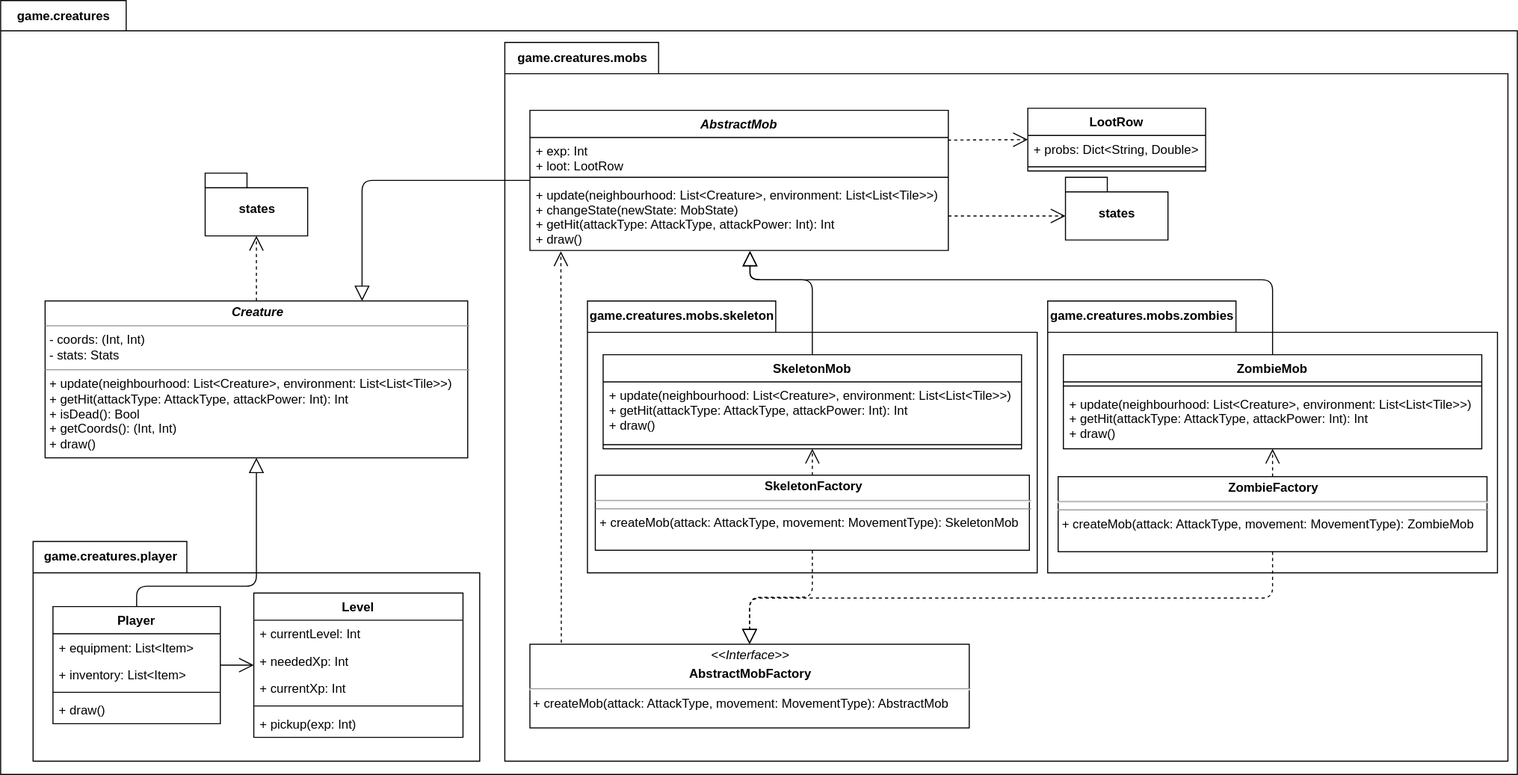
Earlier version of the draw.io export hw2/img/creatures-classes.svg (rprtr258/program-architecture-homeworks). Source tidied: cells renumbered, new cells last; positions are measured from the earlier drawing's top-left corner, leaving out a move shared by most shapes.
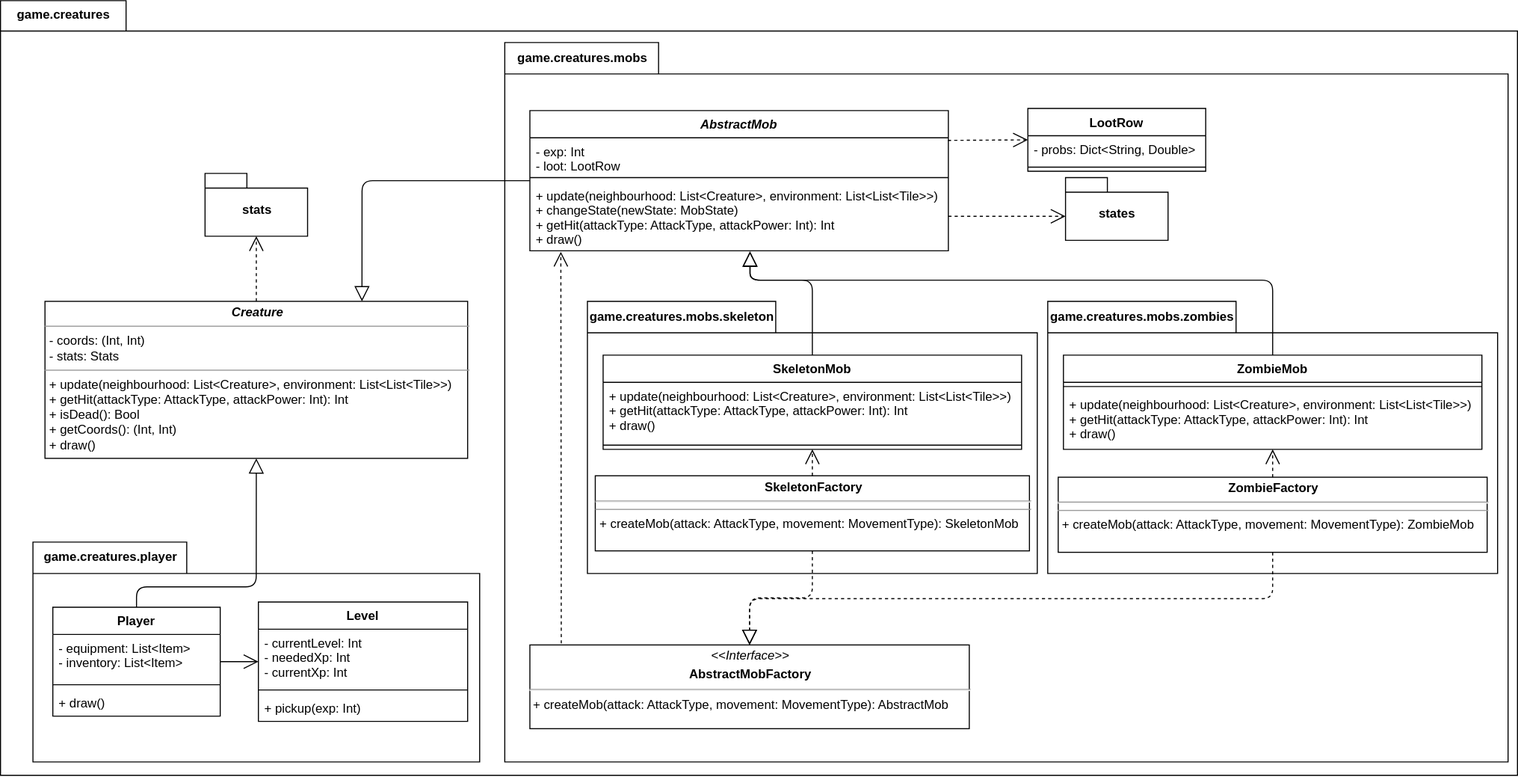
After the commit.

What changed in the source:
```diff
@@ -20,7 +20,7 @@
     <mxCell id="7" value="AbstractMob" style="swimlane;fontStyle=3;align=center;verticalAlign=top;horizontal=1;startSize=26;" parent="1" vertex="1">
       <mxGeometry x="506" y="105" width="400" height="134" as="geometry" />
     </mxCell>
-    <mxCell id="8" value="+ exp: Int&#10;+ loot: LootRow" style="text;strokeColor=none;fillColor=none;align=left;verticalAlign=top;spacingLeft=4;spacingRight=4;overflow=hidden;points=[[0,0.5],[1,0.5]];portConstraint=eastwest;" parent="7" vertex="1">
+    <mxCell id="8" value="- exp: Int&#10;- loot: LootRow" style="text;strokeColor=none;fillColor=none;align=left;verticalAlign=top;spacingLeft=4;spacingRight=4;overflow=hidden;points=[[0,0.5],[1,0.5]];portConstraint=eastwest;" parent="7" vertex="1">
       <mxGeometry y="26" width="400" height="34" as="geometry" />
     </mxCell>
     <mxCell id="9" style="line;strokeWidth=1;fillColor=none;align=left;verticalAlign=middle;spacingTop=-1;spacingLeft=3;spacingRight=3;labelPosition=right;" parent="7" vertex="1">
@@ -101,37 +101,28 @@
       <mxGeometry relative="1" as="geometry" />
     </mxCell>
     <mxCell id="29" value="Level" style="swimlane;fontStyle=1;align=center;verticalAlign=top;horizontal=1;startSize=26;" parent="1" vertex="1">
-      <mxGeometry x="242" y="566.5" width="200" height="138" as="geometry" />
+      <mxGeometry x="246.5" y="574.5" width="200" height="114" as="geometry" />
     </mxCell>
-    <mxCell id="30" value="+ currentLevel: Int" style="text;strokeColor=none;fillColor=none;align=left;verticalAlign=top;spacingLeft=4;spacingRight=4;overflow=hidden;" parent="29" vertex="1">
-      <mxGeometry y="26" width="200" height="26" as="geometry" />
+    <mxCell id="30" value="- currentLevel: Int&#10;- neededXp: Int&#10;- currentXp: Int" style="text;strokeColor=none;fillColor=none;align=left;verticalAlign=top;spacingLeft=4;spacingRight=4;overflow=hidden;" parent="29" vertex="1">
+      <mxGeometry y="26" width="200" height="54" as="geometry" />
     </mxCell>
-    <mxCell id="31" value="+ neededXp: Int" style="text;strokeColor=none;fillColor=none;align=left;verticalAlign=top;spacingLeft=4;spacingRight=4;overflow=hidden;" parent="29" vertex="1">
-      <mxGeometry y="52" width="200" height="26" as="geometry" />
-    </mxCell>
-    <mxCell id="32" value="+ currentXp: Int" style="text;strokeColor=none;fillColor=none;align=left;verticalAlign=top;spacingLeft=4;spacingRight=4;overflow=hidden;" parent="29" vertex="1">
-      <mxGeometry y="78" width="200" height="26" as="geometry" />
-    </mxCell>
     <mxCell id="33" style="line;strokeWidth=1;fillColor=none;align=left;verticalAlign=middle;spacingTop=-1;spacingLeft=3;spacingRight=3;labelPosition=right;" parent="29" vertex="1">
-      <mxGeometry y="104" width="200" height="8" as="geometry" />
+      <mxGeometry y="80" width="200" height="8" as="geometry" />
     </mxCell>
     <mxCell id="34" value="+ pickup(exp: Int)" style="text;strokeColor=none;fillColor=none;align=left;verticalAlign=top;spacingLeft=4;spacingRight=4;overflow=hidden;" parent="29" vertex="1">
-      <mxGeometry y="112" width="200" height="26" as="geometry" />
+      <mxGeometry y="88" width="200" height="26" as="geometry" />
     </mxCell>
     <mxCell id="35" value="Player" style="swimlane;fontStyle=1;align=center;verticalAlign=top;horizontal=1;startSize=26;" parent="1" vertex="1">
-      <mxGeometry x="50" y="579.5" width="160" height="112" as="geometry" />
+      <mxGeometry x="50" y="579.5" width="160" height="104" as="geometry" />
     </mxCell>
-    <mxCell id="36" value="+ equipment: List&lt;Item&gt;" style="text;strokeColor=none;fillColor=none;align=left;verticalAlign=top;spacingLeft=4;spacingRight=4;overflow=hidden;" parent="35" vertex="1">
-      <mxGeometry y="26" width="160" height="26" as="geometry" />
+    <mxCell id="36" value="- equipment: List&lt;Item&gt;&#10;- inventory: List&lt;Item&gt;" style="text;strokeColor=none;fillColor=none;align=left;verticalAlign=top;spacingLeft=4;spacingRight=4;overflow=hidden;" parent="35" vertex="1">
+      <mxGeometry y="26" width="160" height="44" as="geometry" />
     </mxCell>
-    <mxCell id="37" value="+ inventory: List&lt;Item&gt;" style="text;strokeColor=none;fillColor=none;align=left;verticalAlign=top;spacingLeft=4;spacingRight=4;overflow=hidden;" parent="35" vertex="1">
-      <mxGeometry y="52" width="160" height="26" as="geometry" />
-    </mxCell>
     <mxCell id="38" style="line;strokeWidth=1;fillColor=none;align=left;verticalAlign=middle;spacingTop=-1;spacingLeft=3;spacingRight=3;labelPosition=right;" parent="35" vertex="1">
-      <mxGeometry y="78" width="160" height="8" as="geometry" />
+      <mxGeometry y="70" width="160" height="8" as="geometry" />
     </mxCell>
     <mxCell id="39" value="+ draw()" style="text;strokeColor=none;fillColor=none;align=left;verticalAlign=top;spacingLeft=4;spacingRight=4;overflow=hidden;" parent="35" vertex="1">
-      <mxGeometry y="86" width="160" height="26" as="geometry" />
+      <mxGeometry y="78" width="160" height="26" as="geometry" />
     </mxCell>
     <mxCell id="40" style="endArrow=open;html=1;exitX=1;exitY=0.5;exitDx=0;exitDy=0;endFill=0;entryX=0;entryY=0.5;entryDx=0;entryDy=0;endSize=12;" parent="1" edge="1" source="35" target="29">
       <mxGeometry x="790" y="905.5" as="geometry" />
@@ -152,7 +143,7 @@
     <mxCell id="44" value="LootRow" style="swimlane;fontStyle=1;align=center;verticalAlign=top;horizontal=1;startSize=26;" parent="1" vertex="1">
       <mxGeometry x="982" y="103" width="170" height="60" as="geometry" />
     </mxCell>
-    <mxCell id="45" value="+ probs: Dict&lt;String, Double&gt;" style="text;strokeColor=none;fillColor=none;align=left;verticalAlign=top;spacingLeft=4;spacingRight=4;overflow=hidden;" parent="44" vertex="1">
+    <mxCell id="45" value="- probs: Dict&lt;String, Double&gt;" style="text;strokeColor=none;fillColor=none;align=left;verticalAlign=top;spacingLeft=4;spacingRight=4;overflow=hidden;" parent="44" vertex="1">
       <mxGeometry y="26" width="170" height="26" as="geometry" />
     </mxCell>
     <mxCell id="46" style="line;strokeWidth=1;fillColor=none;align=left;verticalAlign=middle;spacingTop=-1;spacingLeft=3;spacingRight=3;labelPosition=right;" parent="44" vertex="1">
@@ -161,7 +152,7 @@
     <mxCell id="47" style="endArrow=open;html=1;strokeWidth=1;endFill=0;startSize=12;endSize=12;dashed=1;entryX=0;entryY=0.5;entryDx=0;entryDy=0;exitX=0.999;exitY=0.073;exitDx=0;exitDy=0;exitPerimeter=0;" parent="1" edge="1" source="8" target="44">
       <mxGeometry relative="1" as="geometry" />
     </mxCell>
-    <mxCell id="48" value="states" style="shape=folder;fontStyle=1;spacingTop=10;tabWidth=40;tabHeight=14;tabPosition=left;html=1;" parent="1" vertex="1">
+    <mxCell id="48" value="stats" style="shape=folder;fontStyle=1;spacingTop=10;tabWidth=40;tabHeight=14;tabPosition=left;html=1;" parent="1" vertex="1">
       <mxGeometry x="195.5" y="165" width="98" height="60" as="geometry" />
     </mxCell>
     <mxCell id="49" value="states" style="shape=folder;fontStyle=1;spacingTop=10;tabWidth=40;tabHeight=14;tabPosition=left;html=1;" parent="1" vertex="1">
```
